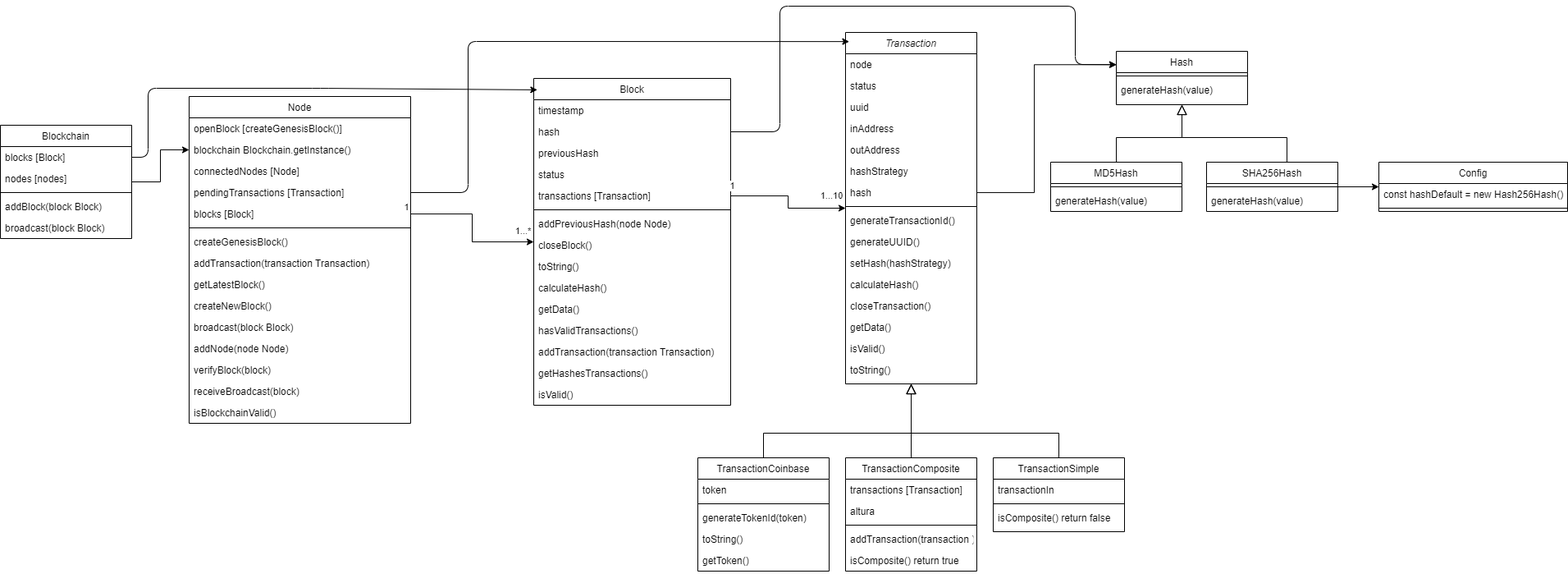
This is Diagrama.drawio.png from JuanPMurdolo/Tyh-2023-Grupo1, a draw.io export, as it was before one commit. Source tidied: cells renumbered, new cells last; positions are measured from the earlier drawing's top-left corner, leaving out a move shared by most shapes.
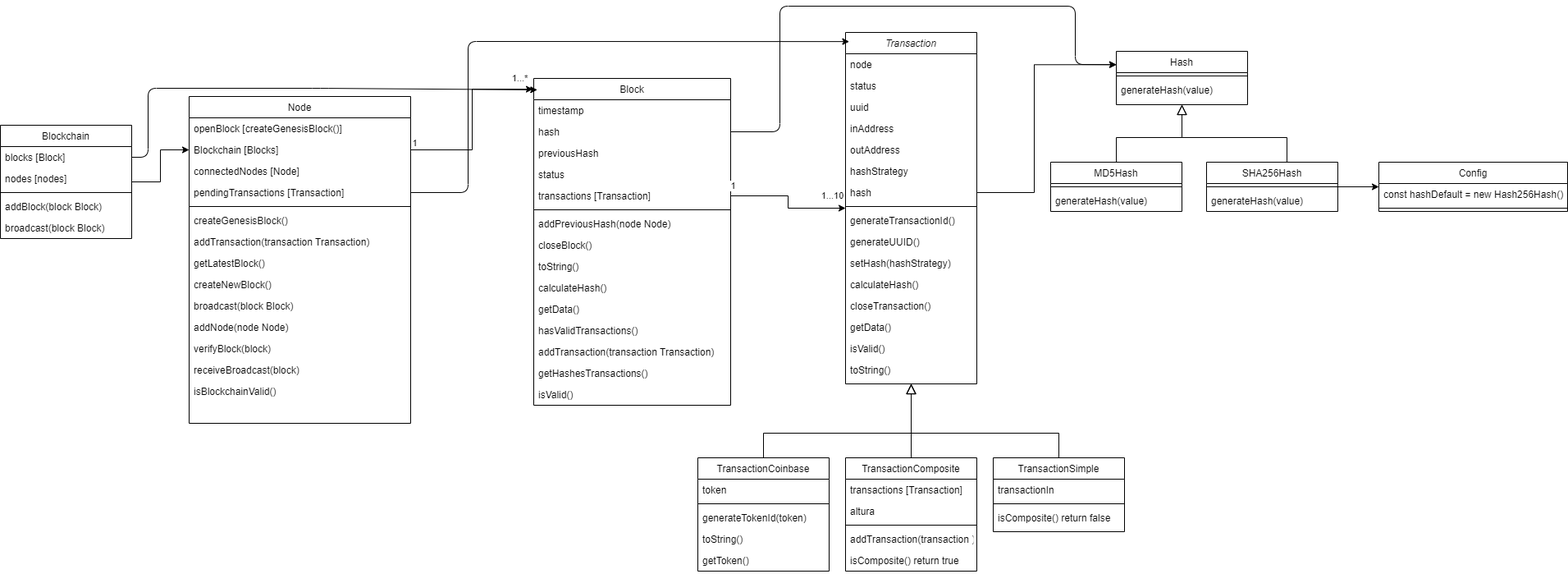
After the commit.

Commit message:
diagrama ultimos detalles

Diff of the diagram source:
```diff
@@ -153,7 +153,7 @@
     <mxCell id="50" value="openBlock [createGenesisBlock()]" style="text;align=left;verticalAlign=top;spacingLeft=4;spacingRight=4;overflow=hidden;" parent="49" vertex="1">
       <mxGeometry y="26" width="270" height="26" as="geometry" />
     </mxCell>
-    <mxCell id="51" value="blockchain Blockchain.getInstance()" style="text;align=left;verticalAlign=top;spacingLeft=4;spacingRight=4;overflow=hidden;points=[[0,0.5],[1,0.5]];portConstraint=eastwest;rounded=0;shadow=0;html=0;" parent="49" vertex="1">
+    <mxCell id="51" value="Blockchain [Blocks]" style="text;align=left;verticalAlign=top;spacingLeft=4;spacingRight=4;overflow=hidden;points=[[0,0.5],[1,0.5]];portConstraint=eastwest;rounded=0;shadow=0;html=0;" parent="49" vertex="1">
       <mxGeometry y="52" width="270" height="26" as="geometry" />
     </mxCell>
     <mxCell id="52" value="connectedNodes [Node]" style="text;align=left;verticalAlign=top;spacingLeft=4;spacingRight=4;overflow=hidden;rounded=0;shadow=0;html=0;" parent="49" vertex="1">
@@ -162,38 +162,35 @@
     <mxCell id="53" value="pendingTransactions [Transaction]" style="text;align=left;verticalAlign=top;spacingLeft=4;spacingRight=4;overflow=hidden;points=[[0,0.5],[1,0.5]];portConstraint=eastwest;rounded=0;shadow=0;html=0;" parent="49" vertex="1">
       <mxGeometry y="104" width="270" height="26" as="geometry" />
     </mxCell>
-    <mxCell id="54" value="blocks [Block]" style="text;align=left;verticalAlign=top;spacingLeft=4;spacingRight=4;overflow=hidden;points=[[0,0.5],[1,0.5]];portConstraint=eastwest;rounded=0;shadow=0;html=0;" parent="49" vertex="1">
-      <mxGeometry y="130" width="270" height="26" as="geometry" />
-    </mxCell>
     <mxCell id="55" style="line;html=1;strokeWidth=1;align=left;verticalAlign=middle;spacingTop=-1;spacingLeft=3;spacingRight=3;labelPosition=right;" parent="49" vertex="1">
-      <mxGeometry y="156" width="270" height="8" as="geometry" />
+      <mxGeometry y="130" width="270" height="8" as="geometry" />
     </mxCell>
     <mxCell id="56" value="createGenesisBlock()" style="text;align=left;verticalAlign=top;spacingLeft=4;spacingRight=4;overflow=hidden;" parent="49" vertex="1">
-      <mxGeometry y="164" width="270" height="26" as="geometry" />
+      <mxGeometry y="138" width="270" height="26" as="geometry" />
     </mxCell>
     <mxCell id="57" value="addTransaction(transaction Transaction)" style="text;align=left;verticalAlign=top;spacingLeft=4;spacingRight=4;overflow=hidden;" parent="49" vertex="1">
-      <mxGeometry y="190" width="270" height="26" as="geometry" />
+      <mxGeometry y="164" width="270" height="26" as="geometry" />
     </mxCell>
     <mxCell id="58" value="getLatestBlock()" style="text;align=left;verticalAlign=top;spacingLeft=4;spacingRight=4;overflow=hidden;" parent="49" vertex="1">
-      <mxGeometry y="216" width="270" height="26" as="geometry" />
+      <mxGeometry y="190" width="270" height="26" as="geometry" />
     </mxCell>
     <mxCell id="59" value="createNewBlock()" style="text;align=left;verticalAlign=top;spacingLeft=4;spacingRight=4;overflow=hidden;" parent="49" vertex="1">
-      <mxGeometry y="242" width="270" height="26" as="geometry" />
+      <mxGeometry y="216" width="270" height="26" as="geometry" />
     </mxCell>
     <mxCell id="60" value="broadcast(block Block)" style="text;align=left;verticalAlign=top;spacingLeft=4;spacingRight=4;overflow=hidden;" parent="49" vertex="1">
-      <mxGeometry y="268" width="270" height="26" as="geometry" />
+      <mxGeometry y="242" width="270" height="26" as="geometry" />
     </mxCell>
     <mxCell id="61" value="addNode(node Node)" style="text;align=left;verticalAlign=top;spacingLeft=4;spacingRight=4;overflow=hidden;" parent="49" vertex="1">
-      <mxGeometry y="294" width="270" height="26" as="geometry" />
+      <mxGeometry y="268" width="270" height="26" as="geometry" />
     </mxCell>
     <mxCell id="62" value="verifyBlock(block)" style="text;align=left;verticalAlign=top;spacingLeft=4;spacingRight=4;overflow=hidden;" parent="49" vertex="1">
-      <mxGeometry y="320" width="270" height="26" as="geometry" />
+      <mxGeometry y="294" width="270" height="26" as="geometry" />
     </mxCell>
     <mxCell id="63" value="receiveBroadcast(block)" style="text;align=left;verticalAlign=top;spacingLeft=4;spacingRight=4;overflow=hidden;" parent="49" vertex="1">
-      <mxGeometry y="346" width="270" height="26" as="geometry" />
+      <mxGeometry y="320" width="270" height="26" as="geometry" />
     </mxCell>
     <mxCell id="64" value="isBlockchainValid()" style="text;align=left;verticalAlign=top;spacingLeft=4;spacingRight=4;overflow=hidden;" parent="49" vertex="1">
-      <mxGeometry y="372" width="270" height="26" as="geometry" />
+      <mxGeometry y="346" width="270" height="26" as="geometry" />
     </mxCell>
     <mxCell id="65" style="edgeStyle=orthogonalEdgeStyle;rounded=0;jettySize=auto;html=1;entryX=0;entryY=0.5;entryDx=0;entryDy=0;" parent="1" edge="1" source="66" target="51">
       <mxGeometry relative="1" as="geometry" />
@@ -248,7 +245,7 @@
         <mxPoint y="-14" as="offset" />
       </mxGeometry>
     </mxCell>
-    <mxCell id="80" style="edgeStyle=orthogonalEdgeStyle;rounded=0;jettySize=auto;html=1;" parent="1" edge="1" source="54" target="33">
+    <mxCell id="80" style="edgeStyle=orthogonalEdgeStyle;rounded=0;jettySize=auto;html=1;exitX=1;exitY=0.5;exitDx=0;exitDy=0;entryX=-0.004;entryY=0.033;entryDx=0;entryDy=0;entryPerimeter=0;" parent="1" edge="1" source="51" target="33">
       <mxGeometry relative="1" as="geometry" />
     </mxCell>
     <mxCell id="81" value="1" style="edgeLabel;html=1;align=center;verticalAlign=middle;" parent="80" vertex="1">
```
